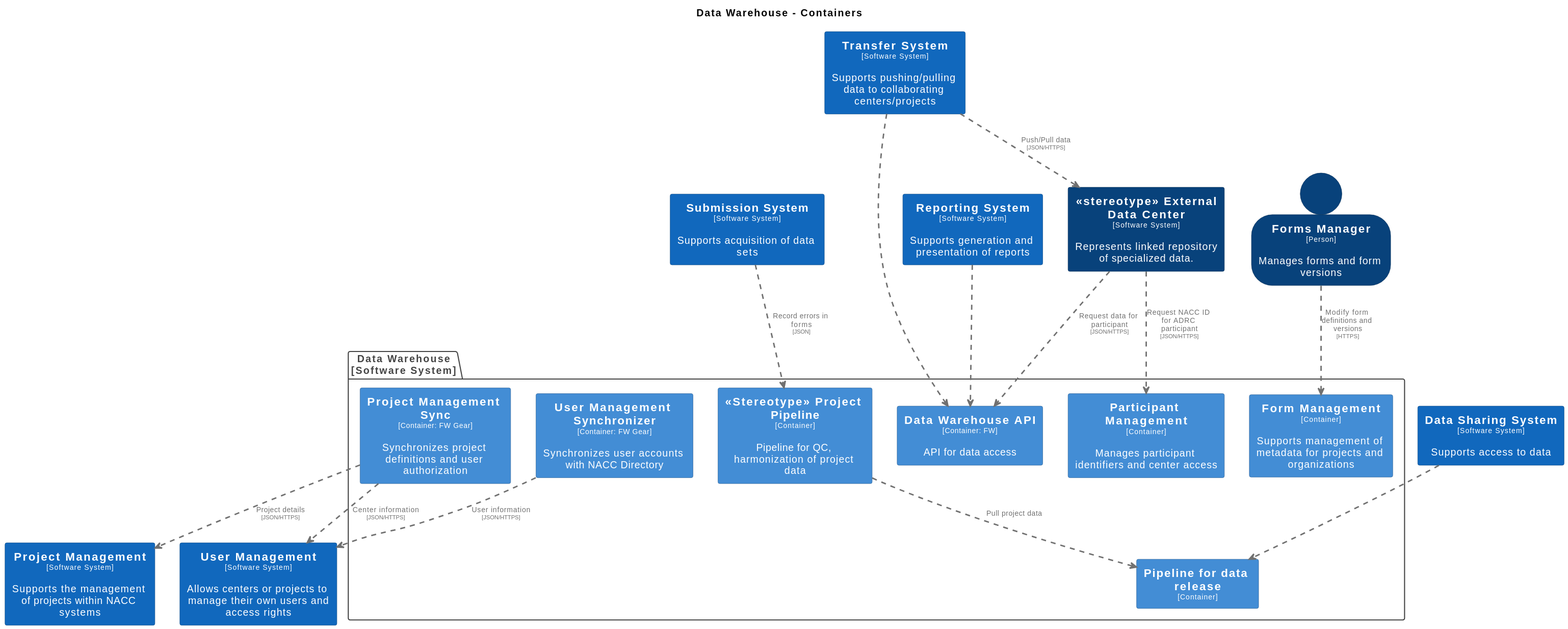
Before: docs/images/structurizr-WarehouseContainers.svg, a diagram exported from PlantUML (naccdata/system-design).
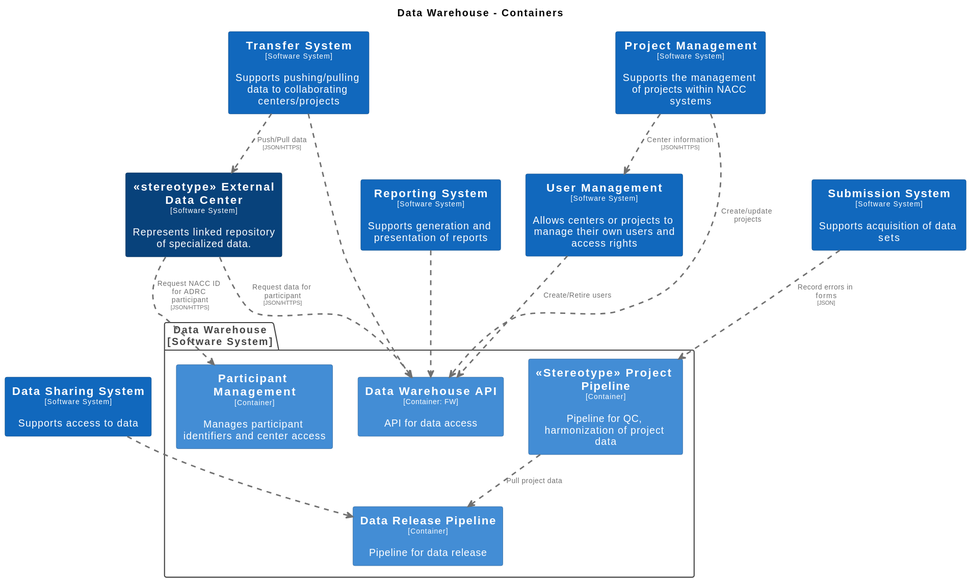
The same file after the commit.

The edit, as a diff of the source:
```diff
@@ -23,6 +23,11 @@
   FontColor #ffffff
   BorderColor #052e56
 }
+skinparam rectangle<<DataWarehouse.DataReleasePipeline>> {
+  BackgroundColor #438dd5
+  FontColor #ffffff
+  BorderColor #2e6295
+}
 skinparam rectangle<<DataSharingSystem>> {
   BackgroundColor #1168bd
   FontColor #ffffff
@@ -33,22 +38,7 @@
   FontColor #ffffff
   BorderColor #2e6295
 }
-skinparam rectangle<<DataWarehouse.FormManagement>> {
-  BackgroundColor #438dd5
-  FontColor #ffffff
-  BorderColor #2e6295
-}
-skinparam person<<FormsManager>> {
-  BackgroundColor #08427b
-  FontColor #ffffff
-  BorderColor #052e56
-}
 skinparam rectangle<<DataWarehouse.ParticipantManagement>> {
-  BackgroundColor #438dd5
-  FontColor #ffffff
-  BorderColor #2e6295
-}
-skinparam rectangle<<DataWarehouse.Pipelinefordatarelease>> {
   BackgroundColor #438dd5
   FontColor #ffffff
   BorderColor #2e6295
@@ -57,11 +47,6 @@
   BackgroundColor #1168bd
   FontColor #ffffff
   BorderColor #0b4884
-}
-skinparam rectangle<<DataWarehouse.ProjectManagementSync>> {
-  BackgroundColor #438dd5
-  FontColor #ffffff
-  BorderColor #2e6295
 }
 skinparam rectangle<<ReportingSystem>> {
   BackgroundColor #1168bd
@@ -83,44 +68,34 @@
   FontColor #ffffff
   BorderColor #0b4884
 }
-skinparam rectangle<<DataWarehouse.UserManagementSynchronizer>> {
-  BackgroundColor #438dd5
-  FontColor #ffffff
-  BorderColor #2e6295
-}
 
+rectangle "==Data Sharing System\n<size:10>[Software System]</size>\n\nSupports access to data" <<DataSharingSystem>> as DataSharingSystem
+rectangle "==Transfer System\n<size:10>[Software System]</size>\n\nSupports pushing/pulling data to collaborating centers/projects" <<TransferSystem>> as TransferSystem
 rectangle "==Reporting System\n<size:10>[Software System]</size>\n\nSupports generation and presentation of reports" <<ReportingSystem>> as ReportingSystem
+rectangle "==<<stereotype>> External Data Center\n<size:10>[Software System]</size>\n\nRepresents linked repository of specialized data." <<stereotypeExternalDataCenter>> as stereotypeExternalDataCenter
+rectangle "==User Management\n<size:10>[Software System]</size>\n\nAllows centers or projects to manage their own users and access rights" <<UserManagement>> as UserManagement
+rectangle "==Project Management\n<size:10>[Software System]</size>\n\nSupports the management of projects within NACC systems" <<ProjectManagement>> as ProjectManagement
 rectangle "==Submission System\n<size:10>[Software System]</size>\n\nSupports acquisition of data sets" <<SubmissionSystem>> as SubmissionSystem
-rectangle "==User Management\n<size:10>[Software System]</size>\n\nAllows centers or projects to manage their own users and access rights" <<UserManagement>> as UserManagement
-rectangle "==<<stereotype>> External Data Center\n<size:10>[Software System]</size>\n\nRepresents linked repository of specialized data." <<stereotypeExternalDataCenter>> as stereotypeExternalDataCenter
-person "==Forms Manager\n<size:10>[Person]</size>\n\nManages forms and form versions" <<FormsManager>> as FormsManager
-rectangle "==Project Management\n<size:10>[Software System]</size>\n\nSupports the management of projects within NACC systems" <<ProjectManagement>> as ProjectManagement
-rectangle "==Transfer System\n<size:10>[Software System]</size>\n\nSupports pushing/pulling data to collaborating centers/projects" <<TransferSystem>> as TransferSystem
-rectangle "==Data Sharing System\n<size:10>[Software System]</size>\n\nSupports access to data" <<DataSharingSystem>> as DataSharingSystem
 
 package "Data Warehouse\n[Software System]" <<DataWarehouse>> {
   skinparam PackageBorderColor<<DataWarehouse>> #444444
   skinparam PackageFontColor<<DataWarehouse>> #444444
 
+  rectangle "==Participant Management\n<size:10>[Container]</size>\n\nManages participant identifiers and center access" <<DataWarehouse.ParticipantManagement>> as DataWarehouse.ParticipantManagement
   rectangle "==Data Warehouse API\n<size:10>[Container: FW]</size>\n\nAPI for data access" <<DataWarehouse.DataWarehouseAPI>> as DataWarehouse.DataWarehouseAPI
-  rectangle "==User Management Synchronizer\n<size:10>[Container: FW Gear]</size>\n\nSynchronizes user accounts with NACC Directory" <<DataWarehouse.UserManagementSynchronizer>> as DataWarehouse.UserManagementSynchronizer
-  rectangle "==Project Management Sync\n<size:10>[Container: FW Gear]</size>\n\nSynchronizes project definitions and user authorization" <<DataWarehouse.ProjectManagementSync>> as DataWarehouse.ProjectManagementSync
   rectangle "==<<Stereotype>> Project Pipeline\n<size:10>[Container]</size>\n\nPipeline for QC, harmonization of project data" <<DataWarehouse.StereotypeProjectPipeline>> as DataWarehouse.StereotypeProjectPipeline
-  rectangle "==Pipeline for data release\n<size:10>[Container]</size>" <<DataWarehouse.Pipelinefordatarelease>> as DataWarehouse.Pipelinefordatarelease
-  rectangle "==Participant Management\n<size:10>[Container]</size>\n\nManages participant identifiers and center access" <<DataWarehouse.ParticipantManagement>> as DataWarehouse.ParticipantManagement
-  rectangle "==Form Management\n<size:10>[Container]</size>\n\nSupports management of metadata for projects and organizations" <<DataWarehouse.FormManagement>> as DataWarehouse.FormManagement
+  rectangle "==Data Release Pipeline\n<size:10>[Container]</size>\n\nPipeline for data release" <<DataWarehouse.DataReleasePipeline>> as DataWarehouse.DataReleasePipeline
 }
 
-DataSharingSystem .[#707070,thickness=2].> DataWarehouse.Pipelinefordatarelease : "<color:#707070>"
-DataWarehouse.UserManagementSynchronizer .[#707070,thickness=2].> UserManagement : "<color:#707070>User information\n<color:#707070><size:8>[JSON/HTTPS]</size>"
-FormsManager .[#707070,thickness=2].> DataWarehouse.FormManagement : "<color:#707070>Modify form definitions and versions\n<color:#707070><size:8>[HTTPS]</size>"
+ProjectManagement .[#707070,thickness=2].> UserManagement : "<color:#707070>Center information\n<color:#707070><size:8>[JSON/HTTPS]</size>"
+ProjectManagement .[#707070,thickness=2].> DataWarehouse.DataWarehouseAPI : "<color:#707070>Create/update projects"
+DataWarehouse.StereotypeProjectPipeline .[#707070,thickness=2].> DataWarehouse.DataReleasePipeline : "<color:#707070>Pull project data"
 stereotypeExternalDataCenter .[#707070,thickness=2].> DataWarehouse.ParticipantManagement : "<color:#707070>Request NACC ID for ADRC participant\n<color:#707070><size:8>[JSON/HTTPS]</size>"
 stereotypeExternalDataCenter .[#707070,thickness=2].> DataWarehouse.DataWarehouseAPI : "<color:#707070>Request data for participant\n<color:#707070><size:8>[JSON/HTTPS]</size>"
 TransferSystem .[#707070,thickness=2].> stereotypeExternalDataCenter : "<color:#707070>Push/Pull data\n<color:#707070><size:8>[JSON/HTTPS]</size>"
-DataWarehouse.ProjectManagementSync .[#707070,thickness=2].> UserManagement : "<color:#707070>Center information\n<color:#707070><size:8>[JSON/HTTPS]</size>"
-DataWarehouse.ProjectManagementSync .[#707070,thickness=2].> ProjectManagement : "<color:#707070>Project details\n<color:#707070><size:8>[JSON/HTTPS]</size>"
-DataWarehouse.StereotypeProjectPipeline .[#707070,thickness=2].> DataWarehouse.Pipelinefordatarelease : "<color:#707070>Pull project data"
 SubmissionSystem .[#707070,thickness=2].> DataWarehouse.StereotypeProjectPipeline : "<color:#707070>Record errors in forms\n<color:#707070><size:8>[JSON]</size>"
 TransferSystem .[#707070,thickness=2].> DataWarehouse.DataWarehouseAPI : "<color:#707070>"
 ReportingSystem .[#707070,thickness=2].> DataWarehouse.DataWarehouseAPI : "<color:#707070>"
+DataSharingSystem .[#707070,thickness=2].> DataWarehouse.DataReleasePipeline : "<color:#707070>"
+UserManagement .[#707070,thickness=2].> DataWarehouse.DataWarehouseAPI : "<color:#707070>Create/Retire users"
 @enduml
```
